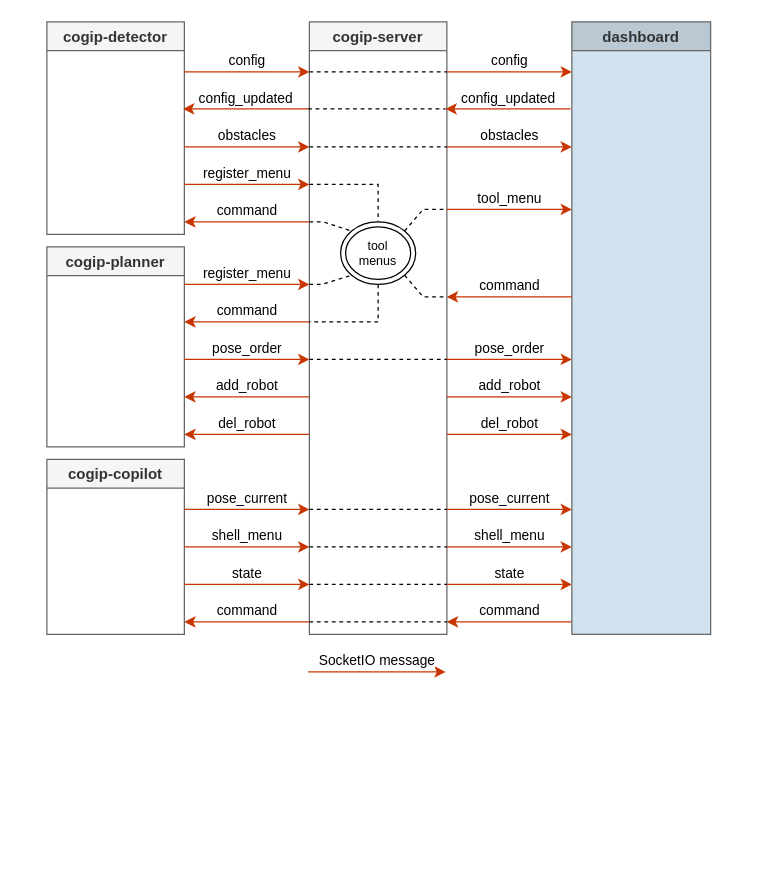
This is page "dashboard" (7 of 7) of docs/img/cogip.drawio from cogip/simulation, a draw.io file, before an edit. Source tidied: cells renumbered, new cells numbered last; positions are measured from the earlier drawing's top-left corner, leaving out a move shared by most shapes. Both pictures are drawn from the tidied source at 125%, with x=0, y=0 at pixel (46, 21).
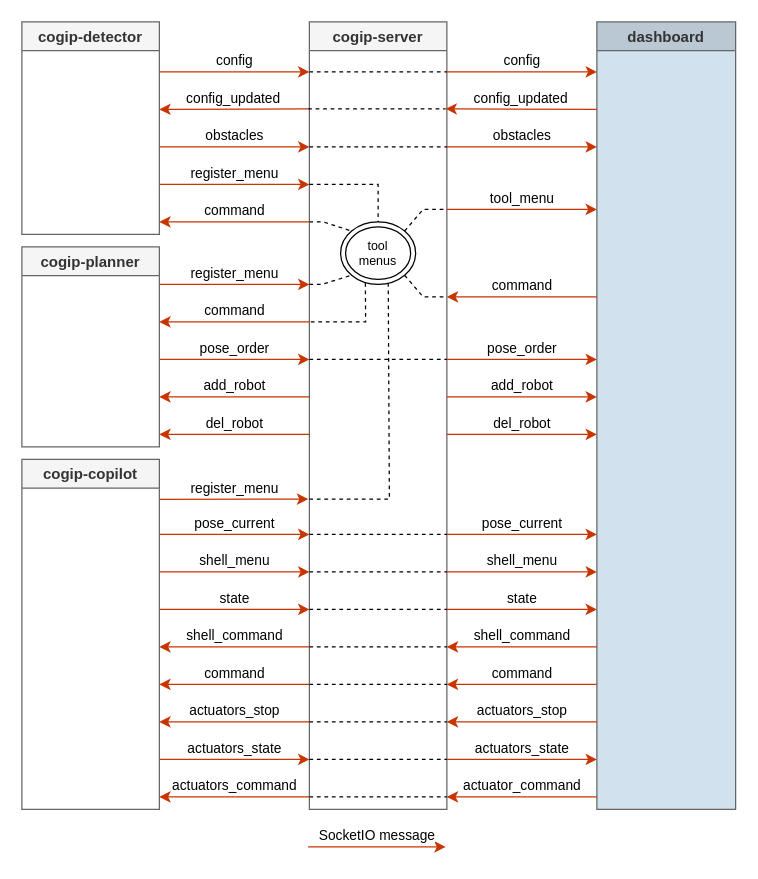
The same page after the edit.

Commit message (it also covers changes not shown here):
docs: update schemas with actuator data flow

The change refers to these unchanged cells:
```xml
<mxCell id="6" value="tool&lt;br style=&quot;font-size: 10px;&quot;&gt;menus" style="ellipse;shape=doubleEllipse;whiteSpace=wrap;html=1;fontSize=10;" parent="3" vertex="1">
  <mxGeometry x="25" y="160" width="60" height="50" as="geometry" />
</mxCell>
```

What changed in the source:
```diff
@@
     <mxCell id="2" value="cogip-detector" style="swimlane;fillColor=#f5f5f5;strokeColor=#666666;swimlaneFillColor=none;fontColor=#333333;" parent="1" vertex="1">
-      <mxGeometry width="110" height="170" as="geometry" />
+      <mxGeometry x="-20" width="110" height="170" as="geometry" />
     </mxCell>
     <mxCell id="3" value="cogip-server" style="swimlane;fillColor=#f5f5f5;fontColor=#333333;strokeColor=#666666;" parent="1" vertex="1">
-      <mxGeometry x="210" width="110" height="490" as="geometry" />
+      <mxGeometry x="210" width="110" height="630" as="geometry" />
     </mxCell>
@@
-    <mxCell id="9" style="endArrow=none;dashed=1;html=1;rounded=0;exitX=0.5;exitY=1;exitDx=0;exitDy=0;" parent="3" edge="1" source="6">
+    <mxCell id="9" style="endArrow=none;dashed=1;html=1;rounded=0;exitX=0.33;exitY=0.977;exitDx=0;exitDy=0;exitPerimeter=0;" parent="3" edge="1" source="6">
       <mxGeometry relative="1" as="geometry">
         <mxPoint y="240" as="targetPoint" />
         <Array as="points">
-          <mxPoint x="55" y="240" />
+          <mxPoint x="45" y="240" />
         </Array>
       </mxGeometry>
     </mxCell>
@@
-    <mxCell id="12" style="endArrow=none;dashed=1;html=1;rounded=0;" parent="3" edge="1">
-      <mxGeometry relative="1" as="geometry">
-        <mxPoint y="390" as="sourcePoint" />
-        <mxPoint x="110" y="390" as="targetPoint" />
-      </mxGeometry>
-    </mxCell>
-    <mxCell id="13" style="endArrow=none;dashed=1;html=1;rounded=0;" parent="3" edge="1">
-      <mxGeometry relative="1" as="geometry">
-        <mxPoint y="420" as="sourcePoint" />
-        <mxPoint x="110" y="420" as="targetPoint" />
-      </mxGeometry>
-    </mxCell>
-    <mxCell id="14" style="endArrow=none;dashed=1;html=1;rounded=0;" parent="3" edge="1">
-      <mxGeometry relative="1" as="geometry">
-        <mxPoint y="450" as="sourcePoint" />
-        <mxPoint x="110" y="450" as="targetPoint" />
-      </mxGeometry>
-    </mxCell>
-    <mxCell id="15" style="endArrow=none;dashed=1;html=1;rounded=0;" parent="3" edge="1">
-      <mxGeometry relative="1" as="geometry">
-        <mxPoint y="480" as="sourcePoint" />
-        <mxPoint x="110" y="480" as="targetPoint" />
-      </mxGeometry>
-    </mxCell>
-    <mxCell id="16" value="cogip-copilot" style="swimlane;fillColor=#f5f5f5;fontColor=#333333;strokeColor=#666666;" parent="3" vertex="1">
-      <mxGeometry x="-210" y="350" width="110" height="140" as="geometry" />
-    </mxCell>
-    <mxCell id="17" value="SocketIO message" style="endArrow=classic;html=1;rounded=0;verticalAlign=bottom;strokeColor=#C73500;fillColor=#fa6800;" parent="3" edge="1">
-      <mxGeometry relative="1" as="geometry">
-        <mxPoint x="-1" y="520" as="sourcePoint" />
-        <mxPoint x="109" y="520" as="targetPoint" />
-      </mxGeometry>
-    </mxCell>
-    <mxCell id="18" value="shell_menu" style="endArrow=classic;html=1;rounded=0;verticalAlign=bottom;fillColor=#fa6800;strokeColor=#C73500;" parent="3" edge="1">
-      <mxGeometry relative="1" as="geometry">
-        <mxPoint x="110" y="420" as="sourcePoint" />
-        <mxPoint x="210" y="420" as="targetPoint" />
-      </mxGeometry>
-    </mxCell>
-    <mxCell id="19" value="command" style="endArrow=classic;html=1;rounded=0;verticalAlign=bottom;fillColor=#fa6800;strokeColor=#C73500;" parent="3" edge="1">
-      <mxGeometry relative="1" as="geometry">
-        <mxPoint x="210" y="480" as="sourcePoint" />
-        <mxPoint x="110" y="480" as="targetPoint" />
-      </mxGeometry>
-    </mxCell>
-    <mxCell id="20" value="pose_current" style="endArrow=classic;html=1;rounded=0;verticalAlign=bottom;fillColor=#fa6800;strokeColor=#C73500;" parent="3" edge="1">
-      <mxGeometry relative="1" as="geometry">
-        <mxPoint x="110" y="390" as="sourcePoint" />
-        <mxPoint x="210" y="390" as="targetPoint" />
-      </mxGeometry>
-    </mxCell>
-    <mxCell id="21" value="state" style="endArrow=classic;html=1;rounded=0;verticalAlign=bottom;fillColor=#fa6800;strokeColor=#C73500;" parent="3" edge="1">
-      <mxGeometry relative="1" as="geometry">
-        <mxPoint x="110" y="450" as="sourcePoint" />
-        <mxPoint x="210" y="450" as="targetPoint" />
-      </mxGeometry>
-    </mxCell>
-    <mxCell id="22" value="shell_menu" style="endArrow=classic;html=1;rounded=0;verticalAlign=bottom;fillColor=#fa6800;strokeColor=#C73500;" parent="3" edge="1">
-      <mxGeometry relative="1" as="geometry">
-        <mxPoint x="-100" y="420" as="sourcePoint" />
-        <mxPoint y="420" as="targetPoint" />
-      </mxGeometry>
-    </mxCell>
-    <mxCell id="23" value="command" style="endArrow=classic;html=1;rounded=0;verticalAlign=bottom;fillColor=#fa6800;strokeColor=#C73500;" parent="3" edge="1">
-      <mxGeometry relative="1" as="geometry">
-        <mxPoint y="480" as="sourcePoint" />
-        <mxPoint x="-100" y="480" as="targetPoint" />
-      </mxGeometry>
-    </mxCell>
-    <mxCell id="24" value="pose_current" style="endArrow=classic;html=1;rounded=0;verticalAlign=bottom;fillColor=#fa6800;strokeColor=#C73500;" parent="3" edge="1">
-      <mxGeometry relative="1" as="geometry">
-        <mxPoint x="-100" y="390" as="sourcePoint" />
-        <mxPoint y="390" as="targetPoint" />
-      </mxGeometry>
-    </mxCell>
-    <mxCell id="25" value="state" style="endArrow=classic;html=1;rounded=0;verticalAlign=bottom;fillColor=#fa6800;strokeColor=#C73500;" parent="3" edge="1">
-      <mxGeometry relative="1" as="geometry">
-        <mxPoint x="-100" y="450" as="sourcePoint" />
-        <mxPoint y="450" as="targetPoint" />
-      </mxGeometry>
-    </mxCell>
     <mxCell id="26" value="dashboard" style="swimlane;fillColor=#BAC8D3;strokeColor=#666666;fontColor=#333333;swimlaneFillColor=#D1E1ED;" parent="1" vertex="1">
-      <mxGeometry x="420" width="111" height="490" as="geometry" />
+      <mxGeometry x="440" width="111" height="630" as="geometry" />
     </mxCell>
     <mxCell id="27" value="obstacles" style="endArrow=classic;html=1;rounded=0;verticalAlign=bottom;snapToPoint=1;fillColor=#fa6800;strokeColor=#C73500;" parent="1" edge="1">
       <mxGeometry relative="1" as="geometry">
-        <mxPoint x="110" y="100" as="sourcePoint" />
+        <mxPoint x="90" y="100" as="sourcePoint" />
         <mxPoint x="210" y="100" as="targetPoint" />
       </mxGeometry>
     </mxCell>
     <mxCell id="28" value="obstacles" style="endArrow=classic;html=1;rounded=0;verticalAlign=bottom;snapToPoint=1;fillColor=#fa6800;strokeColor=#C73500;" parent="1" edge="1">
       <mxGeometry relative="1" as="geometry">
         <mxPoint x="320" y="100" as="sourcePoint" />
-        <mxPoint x="420" y="100" as="targetPoint" />
+        <mxPoint x="440" y="100" as="targetPoint" />
       </mxGeometry>
     </mxCell>
     <mxCell id="29" value="command" style="endArrow=classic;html=1;rounded=0;verticalAlign=bottom;fillColor=#fa6800;strokeColor=#C73500;" parent="1" edge="1">
       <mxGeometry relative="1" as="geometry">
         <mxPoint x="210" y="160" as="sourcePoint" />
-        <mxPoint x="110" y="160" as="targetPoint" />
+        <mxPoint x="90" y="160" as="targetPoint" />
       </mxGeometry>
     </mxCell>
     <mxCell id="30" value="cogip-planner" style="swimlane;fillColor=#f5f5f5;fontColor=#333333;strokeColor=#666666;" parent="1" vertex="1">
-      <mxGeometry y="180" width="110" height="160" as="geometry" />
+      <mxGeometry x="-20" y="180" width="110" height="160" as="geometry" />
     </mxCell>
     <mxCell id="31" value="command" style="endArrow=classic;html=1;rounded=0;verticalAlign=bottom;fillColor=#fa6800;strokeColor=#C73500;" parent="1" edge="1">
       <mxGeometry relative="1" as="geometry">
-        <mxPoint x="420" y="220" as="sourcePoint" />
+        <mxPoint x="440" y="220" as="sourcePoint" />
         <mxPoint x="320" y="220" as="targetPoint" />
       </mxGeometry>
     </mxCell>
     <mxCell id="32" value="pose_order" style="endArrow=classic;html=1;rounded=0;verticalAlign=bottom;fillColor=#fa6800;strokeColor=#C73500;" parent="1" edge="1">
       <mxGeometry relative="1" as="geometry">
         <mxPoint x="320" y="270" as="sourcePoint" />
-        <mxPoint x="420" y="270" as="targetPoint" />
+        <mxPoint x="440" y="270" as="targetPoint" />
       </mxGeometry>
     </mxCell>
     <mxCell id="33" value="command" style="endArrow=classic;html=1;rounded=0;verticalAlign=bottom;fillColor=#fa6800;strokeColor=#C73500;" parent="1" edge="1">
       <mxGeometry relative="1" as="geometry">
         <mxPoint x="210" y="240" as="sourcePoint" />
-        <mxPoint x="110" y="240" as="targetPoint" />
+        <mxPoint x="90" y="240" as="targetPoint" />
       </mxGeometry>
     </mxCell>
     <mxCell id="34" value="pose_order" style="endArrow=classic;html=1;rounded=0;verticalAlign=bottom;fillColor=#fa6800;strokeColor=#C73500;" parent="1" edge="1">
       <mxGeometry relative="1" as="geometry">
-        <mxPoint x="110" y="270" as="sourcePoint" />
+        <mxPoint x="90" y="270" as="sourcePoint" />
         <mxPoint x="210" y="270" as="targetPoint" />
       </mxGeometry>
     </mxCell>
@@
     <mxCell id="36" value="tool_menu" style="endArrow=classic;html=1;rounded=0;verticalAlign=bottom;fillColor=#fa6800;strokeColor=#C73500;" parent="1" edge="1">
       <mxGeometry relative="1" as="geometry">
         <mxPoint x="320" y="150" as="sourcePoint" />
-        <mxPoint x="420" y="150" as="targetPoint" />
+        <mxPoint x="440" y="150" as="targetPoint" />
       </mxGeometry>
     </mxCell>
     <mxCell id="37" value="register_menu" style="endArrow=classic;html=1;rounded=0;verticalAlign=bottom;fillColor=#fa6800;strokeColor=#C73500;" parent="1" edge="1">
       <mxGeometry relative="1" as="geometry">
-        <mxPoint x="110" y="210" as="sourcePoint" />
+        <mxPoint x="90" y="210" as="sourcePoint" />
         <mxPoint x="210" y="210" as="targetPoint" />
       </mxGeometry>
     </mxCell>
     <mxCell id="38" value="register_menu" style="endArrow=classic;html=1;rounded=0;verticalAlign=bottom;fillColor=#fa6800;strokeColor=#C73500;" parent="1" edge="1">
       <mxGeometry relative="1" as="geometry">
-        <mxPoint x="110" y="130" as="sourcePoint" />
+        <mxPoint x="90" y="130" as="sourcePoint" />
         <mxPoint x="210" y="130" as="targetPoint" />
       </mxGeometry>
     </mxCell>
@@
     <mxCell id="40" value="config" style="endArrow=classic;html=1;rounded=0;verticalAlign=bottom;snapToPoint=1;fillColor=#fa6800;strokeColor=#C73500;" parent="1" edge="1">
       <mxGeometry relative="1" as="geometry">
-        <mxPoint x="110" y="40" as="sourcePoint" />
+        <mxPoint x="90" y="40" as="sourcePoint" />
         <mxPoint x="210" y="40" as="targetPoint" />
       </mxGeometry>
     </mxCell>
     <mxCell id="41" value="config" style="endArrow=classic;html=1;rounded=0;verticalAlign=bottom;snapToPoint=1;fillColor=#fa6800;strokeColor=#C73500;" parent="1" edge="1">
       <mxGeometry relative="1" as="geometry">
         <mxPoint x="320" y="40" as="sourcePoint" />
-        <mxPoint x="420" y="40" as="targetPoint" />
+        <mxPoint x="440" y="40" as="targetPoint" />
       </mxGeometry>
     </mxCell>
@@
     <mxCell id="43" value="config_updated" style="endArrow=classic;html=1;rounded=0;verticalAlign=bottom;fillColor=#fa6800;strokeColor=#C73500;" parent="1" edge="1">
       <mxGeometry relative="1" as="geometry">
-        <mxPoint x="419" y="69.6" as="sourcePoint" />
+        <mxPoint x="440" y="70" as="sourcePoint" />
         <mxPoint x="319" y="69.6" as="targetPoint" />
       </mxGeometry>
     </mxCell>
     <mxCell id="44" value="config_updated" style="endArrow=classic;html=1;rounded=0;verticalAlign=bottom;fillColor=#fa6800;strokeColor=#C73500;" parent="1" edge="1">
       <mxGeometry relative="1" as="geometry">
         <mxPoint x="209" y="69.6" as="sourcePoint" />
-        <mxPoint x="109" y="69.6" as="targetPoint" />
+        <mxPoint x="90" y="70" as="targetPoint" />
       </mxGeometry>
     </mxCell>
     <mxCell id="45" value="del_robot" style="endArrow=classic;html=1;rounded=0;verticalAlign=bottom;fillColor=#fa6800;strokeColor=#C73500;" parent="1" edge="1">
       <mxGeometry relative="1" as="geometry">
         <mxPoint x="320" y="330" as="sourcePoint" />
-        <mxPoint x="420" y="330" as="targetPoint" />
+        <mxPoint x="440" y="330" as="targetPoint" />
       </mxGeometry>
     </mxCell>
     <mxCell id="46" value="add_robot" style="endArrow=classic;html=1;rounded=0;verticalAlign=bottom;fillColor=#fa6800;strokeColor=#C73500;" parent="1" edge="1">
       <mxGeometry relative="1" as="geometry">
         <mxPoint x="320" y="300" as="sourcePoint" />
-        <mxPoint x="420" y="300" as="targetPoint" />
+        <mxPoint x="440" y="300" as="targetPoint" />
       </mxGeometry>
     </mxCell>
     <mxCell id="47" value="del_robot" style="endArrow=none;html=1;rounded=0;verticalAlign=bottom;fillColor=#fa6800;strokeColor=#C73500;startArrow=classic;startFill=1;endFill=0;" parent="1" edge="1">
       <mxGeometry relative="1" as="geometry">
-        <mxPoint x="110" y="330" as="sourcePoint" />
+        <mxPoint x="90" y="330" as="sourcePoint" />
         <mxPoint x="210" y="330" as="targetPoint" />
       </mxGeometry>
     </mxCell>
-    <mxCell id="48" value="add_robot" style="endArrow=none;html=1;rounded=0;verticalAlign=bottom;fillColor=#fa6800;strokeColor=#C73500;startArrow=classic;startFill=1;endFill=0;" parent="1" edge="1">
+    <mxCell id="48" value="add_robot" style="endArrow=none;html=1;rounded=0;verticalAlign=bottom;fillColor=#fa6800;strokeColor=#C73500;startArrow=classic;startFill=1;endFill=0;exitX=1;exitY=0.75;exitDx=0;exitDy=0;" parent="1" edge="1" source="30">
       <mxGeometry relative="1" as="geometry">
-        <mxPoint x="110" y="300" as="sourcePoint" />
         <mxPoint x="210" y="300" as="targetPoint" />
       </mxGeometry>
     </mxCell>
+    <mxCell id="17" value="SocketIO message" style="endArrow=classic;html=1;rounded=0;verticalAlign=bottom;strokeColor=#C73500;fillColor=#fa6800;" parent="1" edge="1">
+      <mxGeometry relative="1" as="geometry">
+        <mxPoint x="209" y="660" as="sourcePoint" />
+        <mxPoint x="319" y="660" as="targetPoint" />
+      </mxGeometry>
+    </mxCell>
+    <mxCell id="12" style="endArrow=none;dashed=1;html=1;rounded=0;" parent="1" edge="1">
+      <mxGeometry relative="1" as="geometry">
+        <mxPoint x="210" y="410" as="sourcePoint" />
+        <mxPoint x="320" y="410" as="targetPoint" />
+      </mxGeometry>
+    </mxCell>
+    <mxCell id="13" style="endArrow=none;dashed=1;html=1;rounded=0;" parent="1" edge="1">
+      <mxGeometry relative="1" as="geometry">
+        <mxPoint x="210" y="440" as="sourcePoint" />
+        <mxPoint x="320" y="440" as="targetPoint" />
+      </mxGeometry>
+    </mxCell>
+    <mxCell id="14" style="endArrow=none;dashed=1;html=1;rounded=0;" parent="1" edge="1">
+      <mxGeometry relative="1" as="geometry">
+        <mxPoint x="210" y="470" as="sourcePoint" />
+        <mxPoint x="320" y="470" as="targetPoint" />
+      </mxGeometry>
+    </mxCell>
+    <mxCell id="15" style="endArrow=none;dashed=1;html=1;rounded=0;" parent="1" edge="1">
+      <mxGeometry relative="1" as="geometry">
+        <mxPoint x="210" y="500" as="sourcePoint" />
+        <mxPoint x="320" y="500" as="targetPoint" />
+      </mxGeometry>
+    </mxCell>
+    <mxCell id="18" value="shell_menu" style="endArrow=classic;html=1;rounded=0;verticalAlign=bottom;fillColor=#fa6800;strokeColor=#C73500;" parent="1" edge="1">
+      <mxGeometry relative="1" as="geometry">
+        <mxPoint x="320" y="440" as="sourcePoint" />
+        <mxPoint x="440" y="440" as="targetPoint" />
+      </mxGeometry>
+    </mxCell>
+    <mxCell id="19" value="shell_command" style="endArrow=classic;html=1;rounded=0;verticalAlign=bottom;fillColor=#fa6800;strokeColor=#C73500;" parent="1" edge="1">
+      <mxGeometry relative="1" as="geometry">
+        <mxPoint x="440" y="500" as="sourcePoint" />
+        <mxPoint x="320" y="500" as="targetPoint" />
+      </mxGeometry>
+    </mxCell>
+    <mxCell id="20" value="pose_current" style="endArrow=classic;html=1;rounded=0;verticalAlign=bottom;fillColor=#fa6800;strokeColor=#C73500;" parent="1" edge="1">
+      <mxGeometry relative="1" as="geometry">
+        <mxPoint x="320" y="410" as="sourcePoint" />
+        <mxPoint x="440" y="410" as="targetPoint" />
+      </mxGeometry>
+    </mxCell>
+    <mxCell id="21" value="state" style="endArrow=classic;html=1;rounded=0;verticalAlign=bottom;fillColor=#fa6800;strokeColor=#C73500;" parent="1" edge="1">
+      <mxGeometry relative="1" as="geometry">
+        <mxPoint x="320" y="470" as="sourcePoint" />
+        <mxPoint x="440" y="470" as="targetPoint" />
+      </mxGeometry>
+    </mxCell>
+    <mxCell id="22" value="shell_menu" style="endArrow=classic;html=1;rounded=0;verticalAlign=bottom;fillColor=#fa6800;strokeColor=#C73500;" parent="1" edge="1">
+      <mxGeometry relative="1" as="geometry">
+        <mxPoint x="90" y="440" as="sourcePoint" />
+        <mxPoint x="210" y="440" as="targetPoint" />
+      </mxGeometry>
+    </mxCell>
+    <mxCell id="23" value="shell_command" style="endArrow=classic;html=1;rounded=0;verticalAlign=bottom;fillColor=#fa6800;strokeColor=#C73500;" parent="1" edge="1">
+      <mxGeometry relative="1" as="geometry">
+        <mxPoint x="210" y="500" as="sourcePoint" />
+        <mxPoint x="90" y="500" as="targetPoint" />
+      </mxGeometry>
+    </mxCell>
+    <mxCell id="24" value="pose_current" style="endArrow=classic;html=1;rounded=0;verticalAlign=bottom;fillColor=#fa6800;strokeColor=#C73500;" parent="1" edge="1">
+      <mxGeometry relative="1" as="geometry">
+        <mxPoint x="90" y="410" as="sourcePoint" />
+        <mxPoint x="210" y="410" as="targetPoint" />
+      </mxGeometry>
+    </mxCell>
+    <mxCell id="25" value="state" style="endArrow=classic;html=1;rounded=0;verticalAlign=bottom;fillColor=#fa6800;strokeColor=#C73500;" parent="1" edge="1">
+      <mxGeometry relative="1" as="geometry">
+        <mxPoint x="90" y="470" as="sourcePoint" />
+        <mxPoint x="210" y="470" as="targetPoint" />
+      </mxGeometry>
+    </mxCell>
+    <mxCell id="49" style="endArrow=none;dashed=1;html=1;rounded=0;exitX=0.635;exitY=0.977;exitDx=0;exitDy=0;exitPerimeter=0;" parent="1" edge="1" source="6">
+      <mxGeometry relative="1" as="geometry">
+        <mxPoint x="209" y="381.8" as="targetPoint" />
+        <Array as="points">
+          <mxPoint x="274" y="381.8" />
+        </Array>
+      </mxGeometry>
+    </mxCell>
+    <mxCell id="50" value="register_menu" style="endArrow=classic;html=1;rounded=0;verticalAlign=bottom;fillColor=#fa6800;strokeColor=#C73500;" parent="1" edge="1">
+      <mxGeometry relative="1" as="geometry">
+        <mxPoint x="90" y="382" as="sourcePoint" />
+        <mxPoint x="209" y="381.8" as="targetPoint" />
+      </mxGeometry>
+    </mxCell>
+    <mxCell id="51" style="endArrow=none;dashed=1;html=1;rounded=0;" parent="1" edge="1">
+      <mxGeometry relative="1" as="geometry">
+        <mxPoint x="210" y="530" as="sourcePoint" />
+        <mxPoint x="320" y="530" as="targetPoint" />
+      </mxGeometry>
+    </mxCell>
+    <mxCell id="52" value="command" style="endArrow=classic;html=1;rounded=0;verticalAlign=bottom;fillColor=#fa6800;strokeColor=#C73500;" parent="1" edge="1">
+      <mxGeometry relative="1" as="geometry">
+        <mxPoint x="440" y="530" as="sourcePoint" />
+        <mxPoint x="320" y="530" as="targetPoint" />
+      </mxGeometry>
+    </mxCell>
+    <mxCell id="53" value="command" style="endArrow=classic;html=1;rounded=0;verticalAlign=bottom;fillColor=#fa6800;strokeColor=#C73500;" parent="1" edge="1">
+      <mxGeometry relative="1" as="geometry">
+        <mxPoint x="210" y="530" as="sourcePoint" />
+        <mxPoint x="90" y="530" as="targetPoint" />
+      </mxGeometry>
+    </mxCell>
+    <mxCell id="54" style="endArrow=none;dashed=1;html=1;rounded=0;" parent="1" edge="1">
+      <mxGeometry relative="1" as="geometry">
+        <mxPoint x="210" y="620" as="sourcePoint" />
+        <mxPoint x="320" y="620" as="targetPoint" />
+      </mxGeometry>
+    </mxCell>
+    <mxCell id="55" style="endArrow=none;dashed=1;html=1;rounded=0;" parent="1" edge="1">
+      <mxGeometry relative="1" as="geometry">
+        <mxPoint x="210" y="560" as="sourcePoint" />
+        <mxPoint x="320" y="560" as="targetPoint" />
+      </mxGeometry>
+    </mxCell>
+    <mxCell id="56" value="actuators_state" style="endArrow=classic;html=1;rounded=0;verticalAlign=bottom;fillColor=#fa6800;strokeColor=#C73500;" parent="1" edge="1">
+      <mxGeometry relative="1" as="geometry">
+        <mxPoint x="90" y="590" as="sourcePoint" />
+        <mxPoint x="210" y="590" as="targetPoint" />
+      </mxGeometry>
+    </mxCell>
+    <mxCell id="57" value="actuators_state" style="endArrow=classic;html=1;rounded=0;verticalAlign=bottom;fillColor=#fa6800;strokeColor=#C73500;" parent="1" edge="1">
+      <mxGeometry relative="1" as="geometry">
+        <mxPoint x="320" y="590" as="sourcePoint" />
+        <mxPoint x="440" y="590" as="targetPoint" />
+      </mxGeometry>
+    </mxCell>
+    <mxCell id="58" style="endArrow=none;dashed=1;html=1;rounded=0;" parent="1" edge="1">
+      <mxGeometry relative="1" as="geometry">
+        <mxPoint x="210" y="590" as="sourcePoint" />
+        <mxPoint x="320" y="590" as="targetPoint" />
+      </mxGeometry>
+    </mxCell>
+    <mxCell id="59" value="actuator_command" style="endArrow=classic;html=1;rounded=0;verticalAlign=bottom;fillColor=#fa6800;strokeColor=#C73500;" parent="1" edge="1">
+      <mxGeometry relative="1" as="geometry">
+        <mxPoint x="440" y="620" as="sourcePoint" />
+        <mxPoint x="320" y="620" as="targetPoint" />
+      </mxGeometry>
+    </mxCell>
+    <mxCell id="60" value="actuators_command" style="endArrow=classic;html=1;rounded=0;verticalAlign=bottom;fillColor=#fa6800;strokeColor=#C73500;" parent="1" edge="1">
+      <mxGeometry relative="1" as="geometry">
+        <mxPoint x="210" y="620" as="sourcePoint" />
+        <mxPoint x="90" y="620" as="targetPoint" />
+      </mxGeometry>
+    </mxCell>
+    <mxCell id="61" value="actuators_stop" style="endArrow=classic;html=1;rounded=0;verticalAlign=bottom;fillColor=#fa6800;strokeColor=#C73500;" parent="1" edge="1">
+      <mxGeometry relative="1" as="geometry">
+        <mxPoint x="440" y="560" as="sourcePoint" />
+        <mxPoint x="320" y="560" as="targetPoint" />
+      </mxGeometry>
+    </mxCell>
+    <mxCell id="62" value="actuators_stop" style="endArrow=classic;html=1;rounded=0;verticalAlign=bottom;fillColor=#fa6800;strokeColor=#C73500;" parent="1" edge="1">
+      <mxGeometry relative="1" as="geometry">
+        <mxPoint x="210" y="560" as="sourcePoint" />
+        <mxPoint x="90" y="560" as="targetPoint" />
+      </mxGeometry>
+    </mxCell>
+    <mxCell id="16" value="cogip-copilot" style="swimlane;fillColor=#f5f5f5;fontColor=#333333;strokeColor=#666666;" parent="1" vertex="1">
+      <mxGeometry x="-20" y="350" width="110" height="280" as="geometry" />
+    </mxCell>
```
